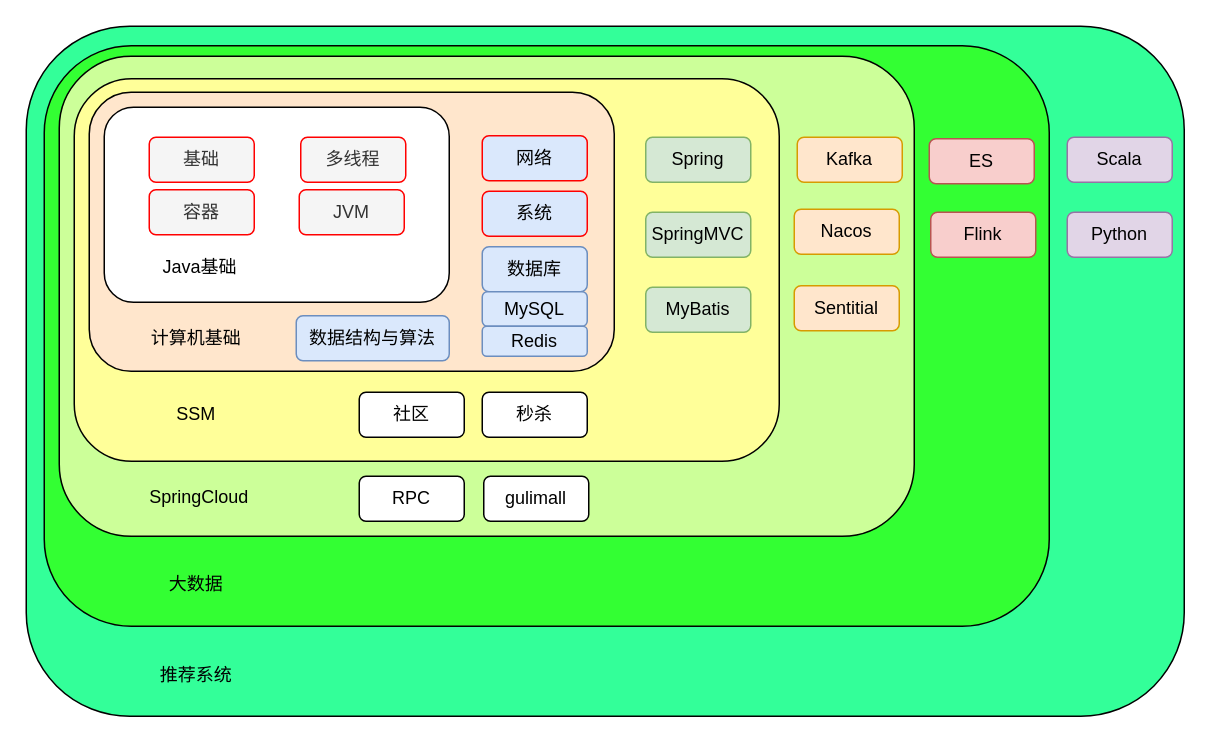
Before: 后端工程师知识体系.drawio in HonyoLAN/telmy, a draw.io diagram. Source tidied: cells renumbered, new cells numbered last; positions are measured from the earlier drawing's top-left corner, leaving out a move shared by most shapes. Both pictures are drawn from the tidied source at 150%, with x=0, y=0 at pixel (26, 26).
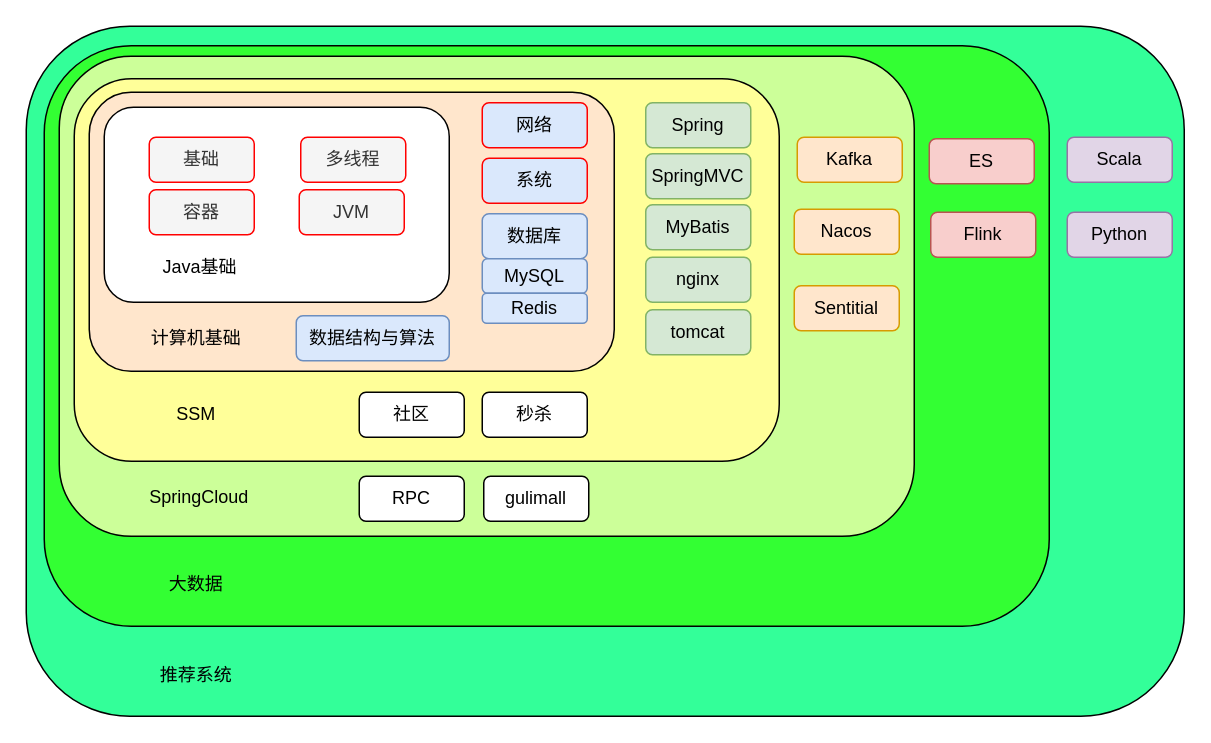
The same page after the edit.

Commit message:
Update 后端工程师知识体系.drawio

Change to the diagram source:
```diff
@@
     <mxCell id="14" value="网络" style="rounded=1;whiteSpace=wrap;html=1;fillColor=#dae8fc;strokeColor=#FF0000;" parent="1" vertex="1">
-      <mxGeometry x="304" y="73" width="70" height="30" as="geometry" />
+      <mxGeometry x="304" y="51" width="70" height="30" as="geometry" />
     </mxCell>
     <mxCell id="15" value="系统" style="rounded=1;whiteSpace=wrap;html=1;fillColor=#dae8fc;strokeColor=#FF0000;" parent="1" vertex="1">
-      <mxGeometry x="304" y="110" width="70" height="30" as="geometry" />
+      <mxGeometry x="304" y="88" width="70" height="30" as="geometry" />
     </mxCell>
     <mxCell id="16" value="数据库" style="rounded=1;whiteSpace=wrap;html=1;fillColor=#dae8fc;strokeColor=#6c8ebf;" parent="1" vertex="1">
-      <mxGeometry x="304" y="147" width="70" height="30" as="geometry" />
+      <mxGeometry x="304" y="125" width="70" height="30" as="geometry" />
     </mxCell>
@@
     <mxCell id="18" value="SpringMVC" style="rounded=1;whiteSpace=wrap;html=1;fillColor=#d5e8d4;strokeColor=#82b366;" parent="1" vertex="1">
-      <mxGeometry x="413" y="124" width="70" height="30" as="geometry" />
+      <mxGeometry x="413" y="85" width="70" height="30" as="geometry" />
     </mxCell>
     <mxCell id="19" value="MyBatis" style="rounded=1;whiteSpace=wrap;html=1;fillColor=#d5e8d4;strokeColor=#82b366;" parent="1" vertex="1">
-      <mxGeometry x="413" y="174" width="70" height="30" as="geometry" />
+      <mxGeometry x="413" y="119" width="70" height="30" as="geometry" />
     </mxCell>
     <mxCell id="20" value="Spring" style="rounded=1;whiteSpace=wrap;html=1;fillColor=#d5e8d4;strokeColor=#82b366;" parent="1" vertex="1">
-      <mxGeometry x="413" y="74" width="70" height="30" as="geometry" />
+      <mxGeometry x="413" y="51" width="70" height="30" as="geometry" />
     </mxCell>
@@
     <mxCell id="35" value="MySQL" style="rounded=1;whiteSpace=wrap;html=1;fillColor=#dae8fc;strokeColor=#6c8ebf;" parent="1" vertex="1">
-      <mxGeometry x="304" y="177" width="70" height="23" as="geometry" />
+      <mxGeometry x="304" y="155" width="70" height="23" as="geometry" />
     </mxCell>
     <mxCell id="36" value="Redis" style="rounded=1;whiteSpace=wrap;html=1;fillColor=#dae8fc;strokeColor=#6c8ebf;" parent="1" vertex="1">
-      <mxGeometry x="304" y="200" width="70" height="20" as="geometry" />
+      <mxGeometry x="304" y="178" width="70" height="20" as="geometry" />
     </mxCell>
@@
+    <mxCell id="38" value="nginx" style="rounded=1;whiteSpace=wrap;html=1;fillColor=#d5e8d4;strokeColor=#82b366;" parent="1" vertex="1">
+      <mxGeometry x="413" y="154" width="70" height="30" as="geometry" />
+    </mxCell>
+    <mxCell id="39" value="tomcat" style="rounded=1;whiteSpace=wrap;html=1;fillColor=#d5e8d4;strokeColor=#82b366;" parent="1" vertex="1">
+      <mxGeometry x="413" y="189" width="70" height="30" as="geometry" />
+    </mxCell>
```
